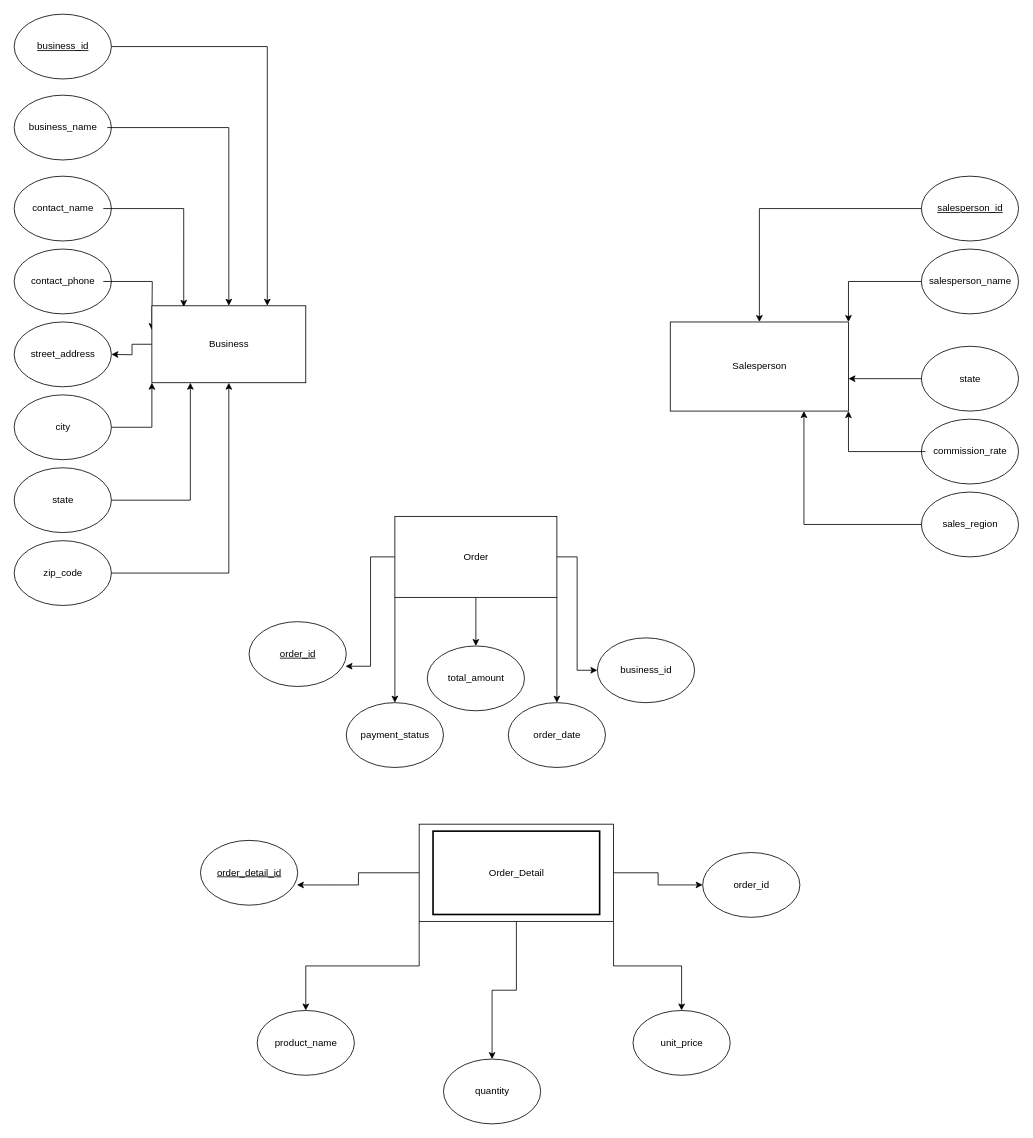
Above: page "Full ER Diagram" (5 of 5) of TakeHomeProject.drawio in mrkwapo/DatabaseDesignAndManagement (draw.io), before the change. Source tidied: cells renumbered, new cells numbered last; positions are measured from the earlier drawing's top-left corner, leaving out a move shared by most shapes. Both pictures are drawn from the tidied source at 81%, with x=0, y=0 at pixel (14, 14).
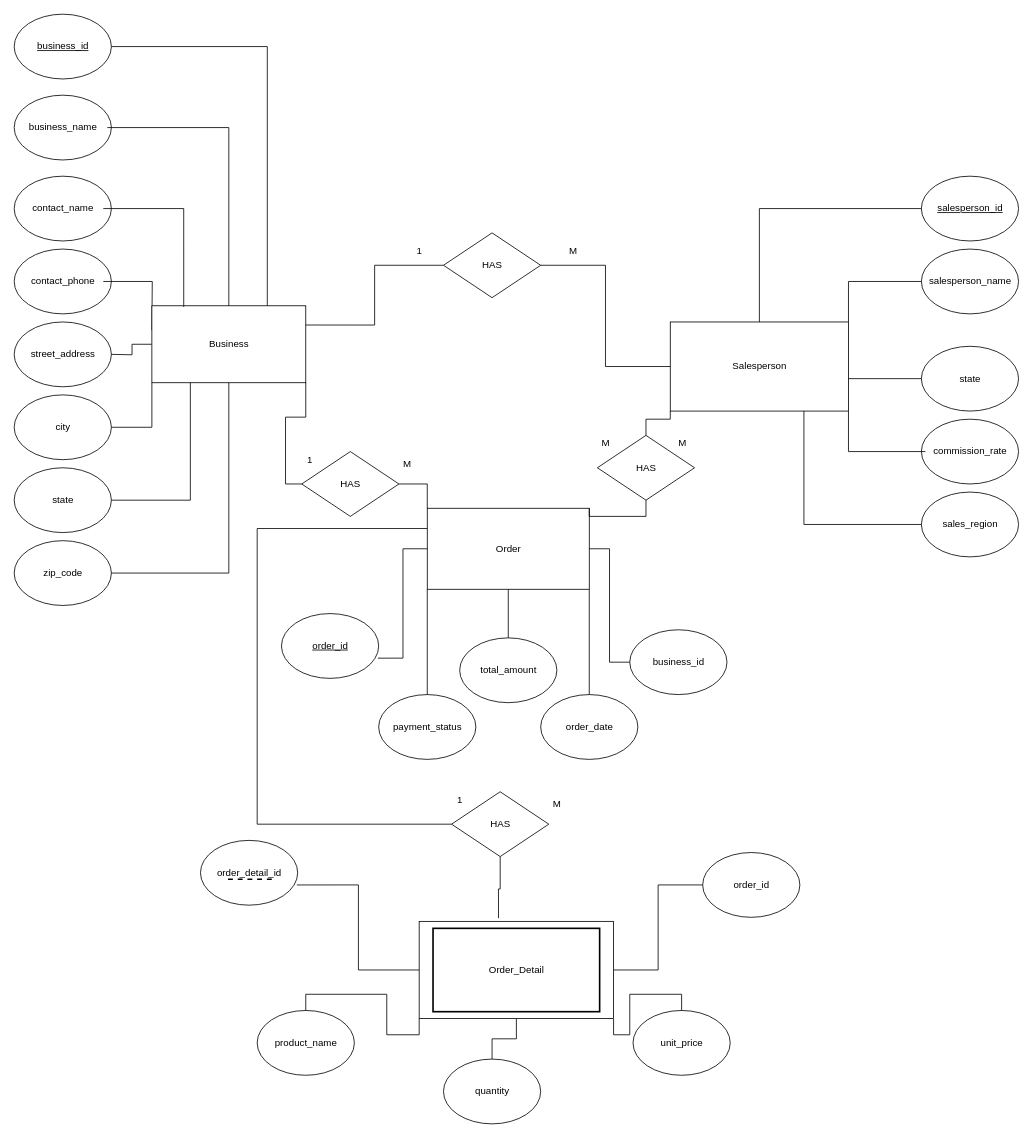
The same diagram, later.

The change refers to these unchanged cells:
```xml
<mxCell id="2" style="group;" parent="1" vertex="1">
<mxCell id="4" value="business_name" style="text;html=1;align=center;verticalAlign=middle;points=[];strokeColor=none;fillColor=none;" parent="2" vertex="1">
<mxCell id="6" value="contact_name" style="text;html=1;align=center;verticalAlign=middle;points=[];strokeColor=none;fillColor=none;" parent="2" vertex="1">
<mxCell id="9" value="contact_phone" style="text;html=1;align=center;verticalAlign=middle;points=[];strokeColor=none;fillColor=none;" parent="2" vertex="1">
<mxCell id="12" style="ellipse;whiteSpace=wrap;html=1;" parent="2" vertex="1">
<mxCell id="14" style="ellipse;whiteSpace=wrap;html=1;" parent="2" vertex="1">
<mxCell id="16" style="ellipse;whiteSpace=wrap;html=1;" parent="2" vertex="1">
<mxCell id="18" style="ellipse;whiteSpace=wrap;html=1;" parent="2" vertex="1">
<mxCell id="21" style="rounded=0;whiteSpace=wrap;html=1;" parent="2" vertex="1">
<mxCell id="29" style="group;" parent="1" vertex="1">
<mxCell id="30" style="rounded=0;whiteSpace=wrap;html=1;" parent="29" vertex="1">
<mxCell id="33" value="salesperson_name" style="text;html=1;align=center;verticalAlign=middle;points=[];strokeColor=none;fillColor=none;" parent="29" vertex="1">
<mxCell id="35" style="ellipse;whiteSpace=wrap;html=1;" parent="29" vertex="1">
<mxCell id="39" value="commission_rate" style="text;html=1;align=center;verticalAlign=middle;points=[];strokeColor=none;fillColor=none;" parent="29" vertex="1">
<mxCell id="41" style="ellipse;whiteSpace=wrap;html=1;" parent="29" vertex="1">
<mxCell id="44" style="ellipse;whiteSpace=wrap;html=1;" parent="29" vertex="1">
<mxCell id="48" style="rounded=0;whiteSpace=wrap;html=1;" parent="47" vertex="1">
<mxCell id="50" style="ellipse;whiteSpace=wrap;html=1;" parent="47" vertex="1">
<mxCell id="53" style="ellipse;whiteSpace=wrap;html=1;" parent="47" vertex="1">
<mxCell id="56" style="ellipse;whiteSpace=wrap;html=1;" parent="47" vertex="1">
<mxCell id="59" style="ellipse;whiteSpace=wrap;html=1;" parent="47" vertex="1">
<mxCell id="62" style="ellipse;whiteSpace=wrap;html=1;" parent="47" vertex="1">
<mxCell id="66" style="ellipse;whiteSpace=wrap;html=1;" parent="65" vertex="1">
<mxCell id="69" style="ellipse;whiteSpace=wrap;html=1;" parent="68" vertex="1">
<mxCell id="72" style="ellipse;whiteSpace=wrap;html=1;" parent="71" vertex="1">
<mxCell id="74" style="group;" parent="1" vertex="1">
<mxCell id="75" style="ellipse;whiteSpace=wrap;html=1;" parent="74" vertex="1">
<mxCell id="78" style="ellipse;whiteSpace=wrap;html=1;" parent="77" vertex="1">
<mxCell id="86" style="rounded=0;whiteSpace=wrap;html=1;" parent="85" vertex="1">
```

The edit, as a diff of the source:
```diff
@@
-    <mxCell id="8" style="edgeStyle=orthogonalEdgeStyle;rounded=0;jettySize=auto;html=1;" parent="2" edge="1" source="9">
+    <mxCell id="8" style="edgeStyle=orthogonalEdgeStyle;rounded=0;jettySize=auto;html=1;endArrow=none;endFill=0;" parent="2" edge="1" source="9">
       <mxGeometry relative="1" as="geometry">
         <mxPoint x="170" y="390" as="targetPoint" />
       </mxGeometry>
     </mxCell>
@@
-    <mxCell id="20" style="edgeStyle=orthogonalEdgeStyle;rounded=0;jettySize=auto;html=1;" parent="2" edge="1" source="21">
+    <mxCell id="20" style="edgeStyle=orthogonalEdgeStyle;rounded=0;jettySize=auto;html=1;endArrow=none;endFill=0;" parent="2" edge="1" source="21">
       <mxGeometry relative="1" as="geometry">
         <mxPoint x="120" y="420" as="targetPoint" />
       </mxGeometry>
     </mxCell>
@@
-    <mxCell id="22" style="edgeStyle=orthogonalEdgeStyle;rounded=0;jettySize=auto;html=1;" parent="2" edge="1" source="4" target="21">
+    <mxCell id="22" style="edgeStyle=orthogonalEdgeStyle;rounded=0;jettySize=auto;html=1;endArrow=none;endFill=0;" parent="2" edge="1" source="4" target="21">
       <mxGeometry relative="1" as="geometry" />
     </mxCell>
-    <mxCell id="23" style="edgeStyle=orthogonalEdgeStyle;rounded=0;jettySize=auto;html=1;entryX=0.207;entryY=0.014;entryDx=0;entryDy=0;entryPerimeter=0;" parent="2" edge="1" source="6" target="21">
+    <mxCell id="23" style="edgeStyle=orthogonalEdgeStyle;rounded=0;jettySize=auto;html=1;entryX=0.207;entryY=0.014;entryDx=0;entryDy=0;entryPerimeter=0;endArrow=none;endFill=0;" parent="2" edge="1" source="6" target="21">
       <mxGeometry relative="1" as="geometry" />
     </mxCell>
-    <mxCell id="24" style="edgeStyle=orthogonalEdgeStyle;rounded=0;jettySize=auto;html=1;entryX=0;entryY=1;entryDx=0;entryDy=0;" parent="2" edge="1" source="12" target="21">
+    <mxCell id="24" style="edgeStyle=orthogonalEdgeStyle;rounded=0;jettySize=auto;html=1;entryX=0;entryY=1;entryDx=0;entryDy=0;endArrow=none;endFill=0;" parent="2" edge="1" source="12" target="21">
       <mxGeometry relative="1" as="geometry" />
     </mxCell>
-    <mxCell id="25" style="edgeStyle=orthogonalEdgeStyle;rounded=0;jettySize=auto;html=1;entryX=0.25;entryY=1;entryDx=0;entryDy=0;" parent="2" edge="1" source="14" target="21">
+    <mxCell id="25" style="edgeStyle=orthogonalEdgeStyle;rounded=0;jettySize=auto;html=1;entryX=0.25;entryY=1;entryDx=0;entryDy=0;endArrow=none;endFill=0;" parent="2" edge="1" source="14" target="21">
       <mxGeometry relative="1" as="geometry" />
     </mxCell>
-    <mxCell id="26" style="edgeStyle=orthogonalEdgeStyle;rounded=0;jettySize=auto;html=1;entryX=0.75;entryY=0;entryDx=0;entryDy=0;" parent="2" edge="1" source="16" target="21">
+    <mxCell id="26" style="edgeStyle=orthogonalEdgeStyle;rounded=0;jettySize=auto;html=1;entryX=0.75;entryY=0;entryDx=0;entryDy=0;endArrow=none;endFill=0;" parent="2" edge="1" source="16" target="21">
       <mxGeometry relative="1" as="geometry" />
     </mxCell>
-    <mxCell id="27" style="edgeStyle=orthogonalEdgeStyle;rounded=0;jettySize=auto;html=1;entryX=0.5;entryY=1;entryDx=0;entryDy=0;" parent="2" edge="1" source="18" target="21">
+    <mxCell id="27" style="edgeStyle=orthogonalEdgeStyle;rounded=0;jettySize=auto;html=1;entryX=0.5;entryY=1;entryDx=0;entryDy=0;endArrow=none;endFill=0;" parent="2" edge="1" source="18" target="21">
       <mxGeometry relative="1" as="geometry" />
     </mxCell>
@@
-    <mxCell id="34" style="edgeStyle=orthogonalEdgeStyle;rounded=0;jettySize=auto;html=1;entryX=1;entryY=0;entryDx=0;entryDy=0;" parent="29" edge="1" source="33" target="30">
+    <mxCell id="34" style="edgeStyle=orthogonalEdgeStyle;rounded=0;jettySize=auto;html=1;entryX=1;entryY=0;entryDx=0;entryDy=0;endArrow=none;endFill=0;" parent="29" edge="1" source="33" target="30">
       <mxGeometry relative="1" as="geometry" />
     </mxCell>
@@
-    <mxCell id="36" style="edgeStyle=orthogonalEdgeStyle;rounded=0;jettySize=auto;html=1;entryX=1;entryY=0.636;entryDx=0;entryDy=0;entryPerimeter=0;" parent="29" edge="1" source="35" target="30">
+    <mxCell id="36" style="edgeStyle=orthogonalEdgeStyle;rounded=0;jettySize=auto;html=1;entryX=1;entryY=0.636;entryDx=0;entryDy=0;entryPerimeter=0;endArrow=none;endFill=0;" parent="29" edge="1" source="35" target="30">
       <mxGeometry relative="1" as="geometry" />
     </mxCell>
@@
-    <mxCell id="40" style="edgeStyle=orthogonalEdgeStyle;rounded=0;jettySize=auto;html=1;entryX=1;entryY=1;entryDx=0;entryDy=0;" parent="29" edge="1" source="39" target="30">
+    <mxCell id="40" style="edgeStyle=orthogonalEdgeStyle;rounded=0;jettySize=auto;html=1;entryX=1;entryY=1;entryDx=0;entryDy=0;endArrow=none;endFill=0;" parent="29" edge="1" source="39" target="30">
       <mxGeometry relative="1" as="geometry" />
     </mxCell>
@@
-    <mxCell id="42" style="edgeStyle=orthogonalEdgeStyle;rounded=0;jettySize=auto;html=1;exitX=0;exitY=0.5;exitDx=0;exitDy=0;entryX=0.5;entryY=0;entryDx=0;entryDy=0;" parent="29" edge="1" source="41" target="30">
+    <mxCell id="42" style="edgeStyle=orthogonalEdgeStyle;rounded=0;jettySize=auto;html=1;exitX=0;exitY=0.5;exitDx=0;exitDy=0;entryX=0.5;entryY=0;entryDx=0;entryDy=0;endArrow=none;endFill=0;" parent="29" edge="1" source="41" target="30">
       <mxGeometry relative="1" as="geometry" />
     </mxCell>
@@
-    <mxCell id="45" style="edgeStyle=orthogonalEdgeStyle;rounded=0;jettySize=auto;html=1;entryX=0.75;entryY=1;entryDx=0;entryDy=0;" parent="29" edge="1" source="44" target="30">
+    <mxCell id="45" style="edgeStyle=orthogonalEdgeStyle;rounded=0;jettySize=auto;html=1;entryX=0.75;entryY=1;entryDx=0;entryDy=0;endArrow=none;endFill=0;" parent="29" edge="1" source="44" target="30">
       <mxGeometry relative="1" as="geometry" />
     </mxCell>
@@
     <mxCell id="47" style="group;" parent="1" vertex="1">
-      <mxGeometry x="290" y="620" width="550" height="310" as="geometry" />
+      <mxGeometry x="330" y="610" width="550" height="310" as="geometry" />
     </mxCell>
@@
-    <mxCell id="51" style="edgeStyle=orthogonalEdgeStyle;rounded=0;jettySize=auto;html=1;entryX=0;entryY=0.5;entryDx=0;entryDy=0;" parent="47" edge="1" source="48" target="50">
+    <mxCell id="51" style="edgeStyle=orthogonalEdgeStyle;rounded=0;jettySize=auto;html=1;entryX=0;entryY=0.5;entryDx=0;entryDy=0;endArrow=none;endFill=0;" parent="47" edge="1" source="48" target="50">
       <mxGeometry relative="1" as="geometry" />
     </mxCell>
@@
-    <mxCell id="54" style="edgeStyle=orthogonalEdgeStyle;rounded=0;jettySize=auto;html=1;exitX=1;exitY=1;exitDx=0;exitDy=0;entryX=0.5;entryY=0;entryDx=0;entryDy=0;" parent="47" edge="1" source="48" target="53">
+    <mxCell id="54" style="edgeStyle=orthogonalEdgeStyle;rounded=0;jettySize=auto;html=1;exitX=1;exitY=1;exitDx=0;exitDy=0;entryX=0.5;entryY=0;entryDx=0;entryDy=0;endArrow=none;endFill=0;" parent="47" edge="1" source="48" target="53">
       <mxGeometry relative="1" as="geometry" />
     </mxCell>
@@
-    <mxCell id="57" style="edgeStyle=orthogonalEdgeStyle;rounded=0;jettySize=auto;html=1;entryX=0.5;entryY=0;entryDx=0;entryDy=0;" parent="47" edge="1" source="48" target="56">
+    <mxCell id="57" style="edgeStyle=orthogonalEdgeStyle;rounded=0;jettySize=auto;html=1;entryX=0.5;entryY=0;entryDx=0;entryDy=0;endArrow=none;endFill=0;" parent="47" edge="1" source="48" target="56">
       <mxGeometry relative="1" as="geometry" />
     </mxCell>
@@
-    <mxCell id="60" style="edgeStyle=orthogonalEdgeStyle;rounded=0;jettySize=auto;html=1;entryX=0.992;entryY=0.688;entryDx=0;entryDy=0;entryPerimeter=0;" parent="47" edge="1" source="48" target="59">
+    <mxCell id="60" style="edgeStyle=orthogonalEdgeStyle;rounded=0;jettySize=auto;html=1;entryX=0.992;entryY=0.688;entryDx=0;entryDy=0;entryPerimeter=0;endArrow=none;endFill=0;" parent="47" edge="1" source="48" target="59">
       <mxGeometry relative="1" as="geometry" />
     </mxCell>
@@
-    <mxCell id="63" style="edgeStyle=orthogonalEdgeStyle;rounded=0;jettySize=auto;html=1;exitX=0;exitY=1;exitDx=0;exitDy=0;entryX=0.5;entryY=0;entryDx=0;entryDy=0;" parent="47" edge="1" source="48" target="62">
+    <mxCell id="63" style="edgeStyle=orthogonalEdgeStyle;rounded=0;jettySize=auto;html=1;exitX=0;exitY=1;exitDx=0;exitDy=0;entryX=0.5;entryY=0;entryDx=0;entryDy=0;endArrow=none;endFill=0;" parent="47" edge="1" source="48" target="62">
       <mxGeometry relative="1" as="geometry" />
     </mxCell>
@@
-    <mxCell id="76" value="&lt;u&gt;order_detail_id&lt;/u&gt;" style="text;html=1;align=center;verticalAlign=middle;strokeColor=none;fillColor=none;" parent="74" vertex="1">
+    <mxCell id="76" value="order_detail_id" style="text;html=1;align=center;verticalAlign=middle;strokeColor=none;fillColor=none;" parent="74" vertex="1">
       <mxGeometry x="10" y="25" width="100" height="30" as="geometry" />
     </mxCell>
+    <mxCell id="89" style="endArrow=none;dashed=1;html=1;rounded=0;strokeWidth=2;" parent="74" edge="1">
+      <mxGeometry relative="1" as="geometry">
+        <mxPoint x="34" y="48" as="sourcePoint" />
+        <mxPoint x="94" y="48" as="targetPoint" />
+      </mxGeometry>
+    </mxCell>
@@
-    <mxCell id="80" style="edgeStyle=orthogonalEdgeStyle;rounded=0;jettySize=auto;html=1;entryX=0.992;entryY=0.688;entryDx=0;entryDy=0;entryPerimeter=0;" parent="1" edge="1" source="86" target="75">
+    <mxCell id="80" style="edgeStyle=orthogonalEdgeStyle;rounded=0;jettySize=auto;html=1;entryX=0.992;entryY=0.688;entryDx=0;entryDy=0;entryPerimeter=0;endArrow=none;endFill=0;" parent="1" edge="1" source="86" target="75">
       <mxGeometry relative="1" as="geometry" />
     </mxCell>
-    <mxCell id="81" style="edgeStyle=orthogonalEdgeStyle;rounded=0;jettySize=auto;html=1;entryX=0;entryY=0.5;entryDx=0;entryDy=0;" parent="1" edge="1" source="86" target="66">
+    <mxCell id="81" style="edgeStyle=orthogonalEdgeStyle;rounded=0;jettySize=auto;html=1;entryX=0;entryY=0.5;entryDx=0;entryDy=0;endArrow=none;endFill=0;" parent="1" edge="1" source="86" target="66">
       <mxGeometry relative="1" as="geometry" />
     </mxCell>
-    <mxCell id="82" style="edgeStyle=orthogonalEdgeStyle;rounded=0;jettySize=auto;html=1;entryX=0.5;entryY=0;entryDx=0;entryDy=0;" parent="1" edge="1" source="86" target="72">
+    <mxCell id="82" style="edgeStyle=orthogonalEdgeStyle;rounded=0;jettySize=auto;html=1;entryX=0.5;entryY=0;entryDx=0;entryDy=0;endArrow=none;endFill=0;" parent="1" edge="1" source="86" target="72">
       <mxGeometry relative="1" as="geometry" />
     </mxCell>
-    <mxCell id="83" style="edgeStyle=orthogonalEdgeStyle;rounded=0;jettySize=auto;html=1;exitX=0;exitY=1;exitDx=0;exitDy=0;entryX=0.5;entryY=0;entryDx=0;entryDy=0;" parent="1" edge="1" source="86" target="78">
+    <mxCell id="83" style="edgeStyle=orthogonalEdgeStyle;rounded=0;jettySize=auto;html=1;exitX=0;exitY=1;exitDx=0;exitDy=0;entryX=0.5;entryY=0;entryDx=0;entryDy=0;endArrow=none;endFill=0;" parent="1" edge="1" source="86" target="78">
       <mxGeometry relative="1" as="geometry" />
     </mxCell>
-    <mxCell id="84" style="edgeStyle=orthogonalEdgeStyle;rounded=0;jettySize=auto;html=1;exitX=1;exitY=1;exitDx=0;exitDy=0;entryX=0.5;entryY=0;entryDx=0;entryDy=0;" parent="1" edge="1" source="86" target="69">
+    <mxCell id="84" style="edgeStyle=orthogonalEdgeStyle;rounded=0;jettySize=auto;html=1;exitX=1;exitY=1;exitDx=0;exitDy=0;entryX=0.5;entryY=0;entryDx=0;entryDy=0;endArrow=none;endFill=0;" parent="1" edge="1" source="86" target="69">
       <mxGeometry relative="1" as="geometry" />
     </mxCell>
     <mxCell id="85" style="group;" parent="1" vertex="1">
-      <mxGeometry x="500" y="1000" width="240" height="120" as="geometry" />
+      <mxGeometry x="500" y="1120" width="240" height="120" as="geometry" />
     </mxCell>
@@
+    <mxCell id="90" style="group;" parent="1" vertex="1">
+      <mxGeometry x="530" y="270" width="120" height="80" as="geometry" />
+    </mxCell>
+    <mxCell id="91" style="rhombus;whiteSpace=wrap;html=1;" parent="90" vertex="1">
+      <mxGeometry width="120" height="80" as="geometry" />
+    </mxCell>
+    <mxCell id="92" value="HAS" style="text;html=1;align=center;verticalAlign=middle;strokeColor=none;fillColor=none;" parent="90" vertex="1">
+      <mxGeometry x="35" y="25" width="50" height="30" as="geometry" />
+    </mxCell>
+    <mxCell id="93" style="group;" parent="1" vertex="1">
+      <mxGeometry x="355" y="540" width="145" height="80" as="geometry" />
+    </mxCell>
+    <mxCell id="94" style="rhombus;whiteSpace=wrap;html=1;" parent="93" vertex="1">
+      <mxGeometry width="120" height="80" as="geometry" />
+    </mxCell>
+    <mxCell id="95" value="HAS" style="text;html=1;align=center;verticalAlign=middle;strokeColor=none;fillColor=none;" parent="93" vertex="1">
+      <mxGeometry x="35" y="25" width="50" height="30" as="geometry" />
+    </mxCell>
+    <mxCell id="96" value="1" style="text;html=1;align=center;verticalAlign=middle;strokeColor=none;fillColor=none;" parent="93" vertex="1">
+      <mxGeometry x="-5" y="-5" width="30" height="30" as="geometry" />
+    </mxCell>
+    <mxCell id="97" value="M" style="text;html=1;align=center;verticalAlign=middle;strokeColor=none;fillColor=none;" parent="93" vertex="1">
+      <mxGeometry x="115" width="30" height="30" as="geometry" />
+    </mxCell>
+    <mxCell id="98" style="edgeStyle=orthogonalEdgeStyle;rounded=0;jettySize=auto;html=1;entryX=1;entryY=0.25;entryDx=0;entryDy=0;endArrow=none;endFill=0;" parent="1" edge="1" source="91" target="21">
+      <mxGeometry relative="1" as="geometry" />
+    </mxCell>
+    <mxCell id="99" style="edgeStyle=orthogonalEdgeStyle;rounded=0;jettySize=auto;html=1;entryX=0;entryY=0.5;entryDx=0;entryDy=0;endArrow=none;endFill=0;" parent="1" edge="1" source="91" target="30">
+      <mxGeometry relative="1" as="geometry" />
+    </mxCell>
+    <mxCell id="100" value="1" style="text;html=1;align=center;verticalAlign=middle;strokeColor=none;fillColor=none;" parent="1" vertex="1">
+      <mxGeometry x="485" y="278" width="30" height="30" as="geometry" />
+    </mxCell>
+    <mxCell id="101" value="M" style="text;html=1;align=center;verticalAlign=middle;strokeColor=none;fillColor=none;" parent="1" vertex="1">
+      <mxGeometry x="675" y="278" width="30" height="30" as="geometry" />
+    </mxCell>
+    <mxCell id="102" style="edgeStyle=orthogonalEdgeStyle;rounded=0;jettySize=auto;html=1;exitX=0;exitY=0.5;exitDx=0;exitDy=0;entryX=1;entryY=1;entryDx=0;entryDy=0;endArrow=none;endFill=0;" parent="1" edge="1" source="94" target="21">
+      <mxGeometry relative="1" as="geometry" />
+    </mxCell>
+    <mxCell id="103" style="edgeStyle=orthogonalEdgeStyle;rounded=0;jettySize=auto;html=1;exitX=1;exitY=0.5;exitDx=0;exitDy=0;entryX=0;entryY=0;entryDx=0;entryDy=0;endArrow=none;endFill=0;" parent="1" edge="1" source="94" target="48">
+      <mxGeometry relative="1" as="geometry" />
+    </mxCell>
+    <mxCell id="104" style="group;" parent="1" vertex="1">
+      <mxGeometry x="720" y="520" width="145" height="80" as="geometry" />
+    </mxCell>
+    <mxCell id="105" style="rhombus;whiteSpace=wrap;html=1;" parent="104" vertex="1">
+      <mxGeometry width="120" height="80" as="geometry" />
+    </mxCell>
+    <mxCell id="106" value="HAS" style="text;html=1;align=center;verticalAlign=middle;strokeColor=none;fillColor=none;" parent="104" vertex="1">
+      <mxGeometry x="35" y="25" width="50" height="30" as="geometry" />
+    </mxCell>
+    <mxCell id="107" value="M" style="text;html=1;align=center;verticalAlign=middle;strokeColor=none;fillColor=none;" parent="104" vertex="1">
+      <mxGeometry x="-5" y="-5" width="30" height="30" as="geometry" />
+    </mxCell>
+    <mxCell id="108" value="M" style="text;html=1;align=center;verticalAlign=middle;strokeColor=none;fillColor=none;" parent="104" vertex="1">
+      <mxGeometry x="90" y="-5" width="30" height="30" as="geometry" />
+    </mxCell>
+    <mxCell id="109" style="edgeStyle=orthogonalEdgeStyle;rounded=0;jettySize=auto;html=1;exitX=0.5;exitY=0;exitDx=0;exitDy=0;entryX=0;entryY=1;entryDx=0;entryDy=0;endArrow=none;endFill=0;" parent="1" edge="1" source="105" target="30">
+      <mxGeometry relative="1" as="geometry" />
+    </mxCell>
+    <mxCell id="110" style="edgeStyle=orthogonalEdgeStyle;rounded=0;jettySize=auto;html=1;exitX=0.5;exitY=1;exitDx=0;exitDy=0;entryX=1;entryY=0;entryDx=0;entryDy=0;endArrow=none;endFill=0;" parent="1" edge="1" source="105" target="48">
+      <mxGeometry relative="1" as="geometry" />
+    </mxCell>
+    <mxCell id="111" style="group;" parent="1" vertex="1">
+      <mxGeometry x="540" y="960" width="145" height="80" as="geometry" />
+    </mxCell>
+    <mxCell id="112" style="rhombus;whiteSpace=wrap;html=1;" parent="111" vertex="1">
+      <mxGeometry width="120" height="80" as="geometry" />
+    </mxCell>
+    <mxCell id="113" value="HAS" style="text;html=1;align=center;verticalAlign=middle;strokeColor=none;fillColor=none;" parent="111" vertex="1">
+      <mxGeometry x="35" y="25" width="50" height="30" as="geometry" />
+    </mxCell>
+    <mxCell id="114" value="1" style="text;html=1;align=center;verticalAlign=middle;strokeColor=none;fillColor=none;" parent="111" vertex="1">
+      <mxGeometry x="-5" y="-5" width="30" height="30" as="geometry" />
+    </mxCell>
+    <mxCell id="115" value="M" style="text;html=1;align=center;verticalAlign=middle;strokeColor=none;fillColor=none;" parent="111" vertex="1">
+      <mxGeometry x="115" width="30" height="30" as="geometry" />
+    </mxCell>
+    <mxCell id="116" style="edgeStyle=orthogonalEdgeStyle;rounded=0;jettySize=auto;html=1;exitX=0;exitY=0.25;exitDx=0;exitDy=0;entryX=0;entryY=0.5;entryDx=0;entryDy=0;endArrow=none;endFill=0;" parent="1" edge="1" source="48" target="112">
+      <mxGeometry relative="1" as="geometry">
+        <Array as="points">
+          <mxPoint x="300" y="635" />
+          <mxPoint x="300" y="1000" />
+        </Array>
+      </mxGeometry>
+    </mxCell>
+    <mxCell id="117" style="edgeStyle=orthogonalEdgeStyle;rounded=0;jettySize=auto;html=1;exitX=0.5;exitY=1;exitDx=0;exitDy=0;entryX=0.408;entryY=-0.033;entryDx=0;entryDy=0;entryPerimeter=0;endArrow=none;endFill=0;" parent="1" edge="1" source="112" target="86">
+      <mxGeometry relative="1" as="geometry" />
+    </mxCell>
```
